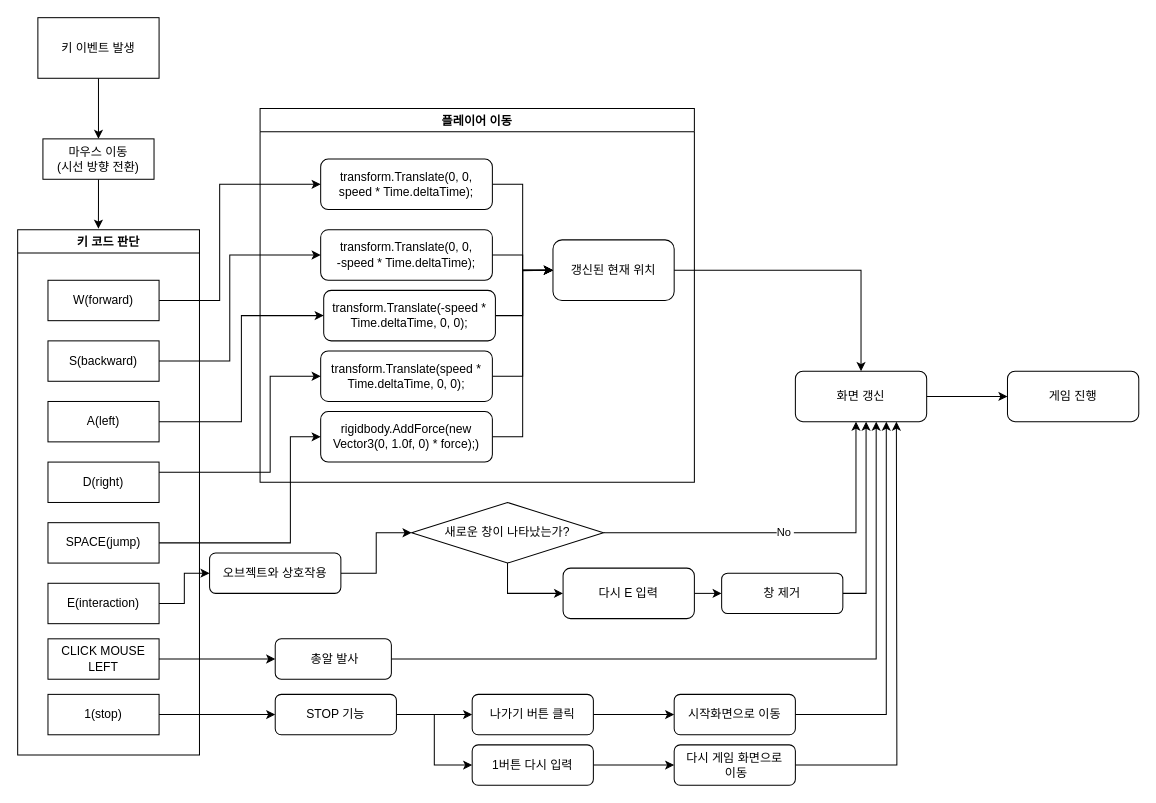
This is img/Untitled Diagram.drawio from jeongwoo1788029/jeongwoo1788029.github.io, a draw.io file, before an edit. Source tidied: cells renumbered, new cells numbered last; positions are measured from the earlier drawing's top-left corner, leaving out a move shared by most shapes. Both pictures are drawn from the tidied source at 101%, with x=0, y=0 at pixel (17, 17).
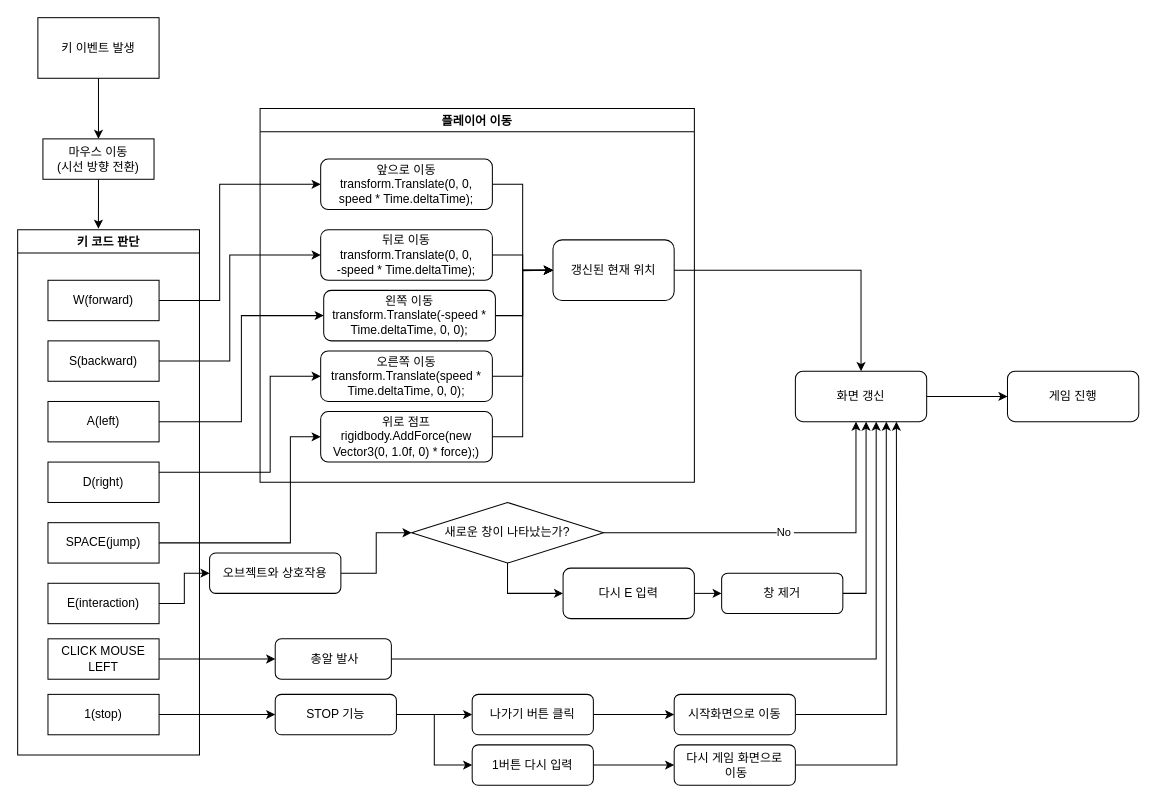
After the change.

The change refers to these unchanged cells:
```xml
<mxCell id="16" value="플레이어 이동" style="swimlane;" parent="1" vertex="1">
  <mxGeometry x="240" y="90" width="430" height="370" as="geometry" />
</mxCell>
```

Diff of the diagram source:
```diff
@@
-    <mxCell id="18" value="transform.Translate(0, 0, &lt;br&gt;speed * Time.deltaTime);" style="rounded=1;whiteSpace=wrap;html=1;" parent="16" vertex="1">
+    <mxCell id="18" value="앞으로 이동&lt;br&gt;transform.Translate(0, 0, &lt;br&gt;speed * Time.deltaTime);" style="rounded=1;whiteSpace=wrap;html=1;" parent="16" vertex="1">
       <mxGeometry x="60" y="50" width="170" height="50" as="geometry" />
     </mxCell>
@@
-    <mxCell id="20" value="transform.Translate(speed * Time.deltaTime, 0, 0);" style="rounded=1;whiteSpace=wrap;html=1;" parent="16" vertex="1">
+    <mxCell id="20" value="오른쪽 이동&lt;br&gt;transform.Translate(speed * Time.deltaTime, 0, 0);" style="rounded=1;whiteSpace=wrap;html=1;" parent="16" vertex="1">
       <mxGeometry x="60" y="240" width="170" height="50" as="geometry" />
     </mxCell>
@@
-    <mxCell id="22" value="transform.Translate(-speed * Time.deltaTime, 0, 0);" style="rounded=1;whiteSpace=wrap;html=1;" parent="16" vertex="1">
+    <mxCell id="22" value="왼쪽 이동&lt;br&gt;transform.Translate(-speed * Time.deltaTime, 0, 0);" style="rounded=1;whiteSpace=wrap;html=1;" parent="16" vertex="1">
       <mxGeometry x="63" y="180" width="170" height="50" as="geometry" />
     </mxCell>
-    <mxCell id="23" value="transform.Translate(0, 0, &lt;br&gt;-speed * Time.deltaTime);" style="rounded=1;whiteSpace=wrap;html=1;" parent="16" vertex="1">
+    <mxCell id="23" value="뒤로 이동&lt;br&gt;transform.Translate(0, 0, &lt;br&gt;-speed * Time.deltaTime);" style="rounded=1;whiteSpace=wrap;html=1;" parent="16" vertex="1">
       <mxGeometry x="60" y="120" width="170" height="50" as="geometry" />
     </mxCell>
@@
-    <mxCell id="26" value="&lt;span style=&quot;&quot;&gt;rigidbody.AddForce(new Vector3(0, 1.0f, 0) * force);&lt;/span&gt;)" style="rounded=1;whiteSpace=wrap;html=1;fontColor=#000000;" parent="16" vertex="1">
+    <mxCell id="26" value="&lt;span&gt;위로 점프&lt;br&gt;rigidbody.AddForce(new Vector3(0, 1.0f, 0) * force);&lt;/span&gt;)" style="rounded=1;whiteSpace=wrap;html=1;fontColor=#000000;" parent="16" vertex="1">
       <mxGeometry x="60" y="300" width="170" height="50" as="geometry" />
     </mxCell>
```
